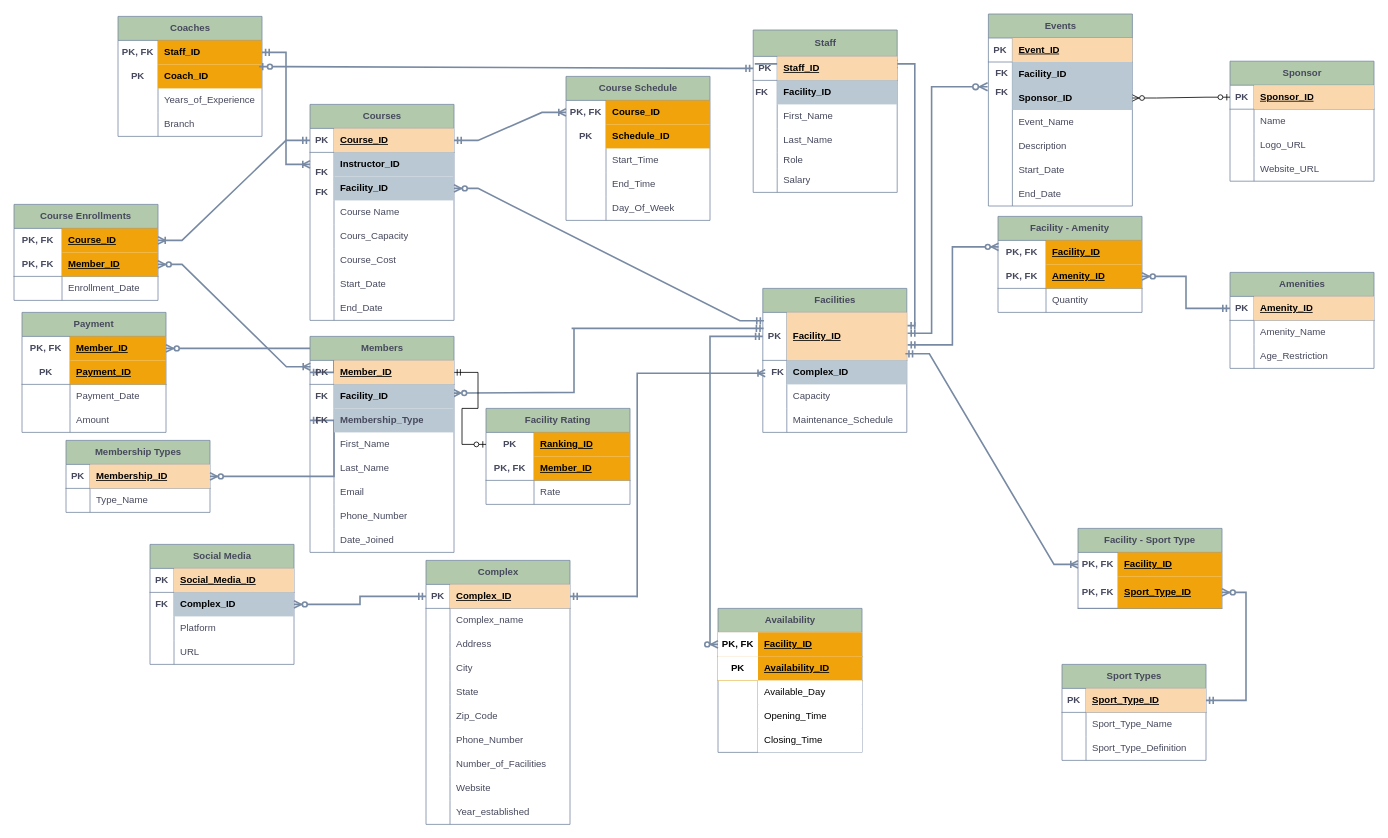
PloKoon68/Sport-Complexes-Management-System-Database keeps this draw.io diagram as cardinality/cardinality.drawio. Above is the earlier version. Source tidied: cells renumbered, new cells numbered last; positions are measured from the earlier drawing's top-left corner, leaving out a move shared by most shapes. Both pictures are drawn from the tidied source at 80%, with x=0, y=0 at pixel (14, 14).
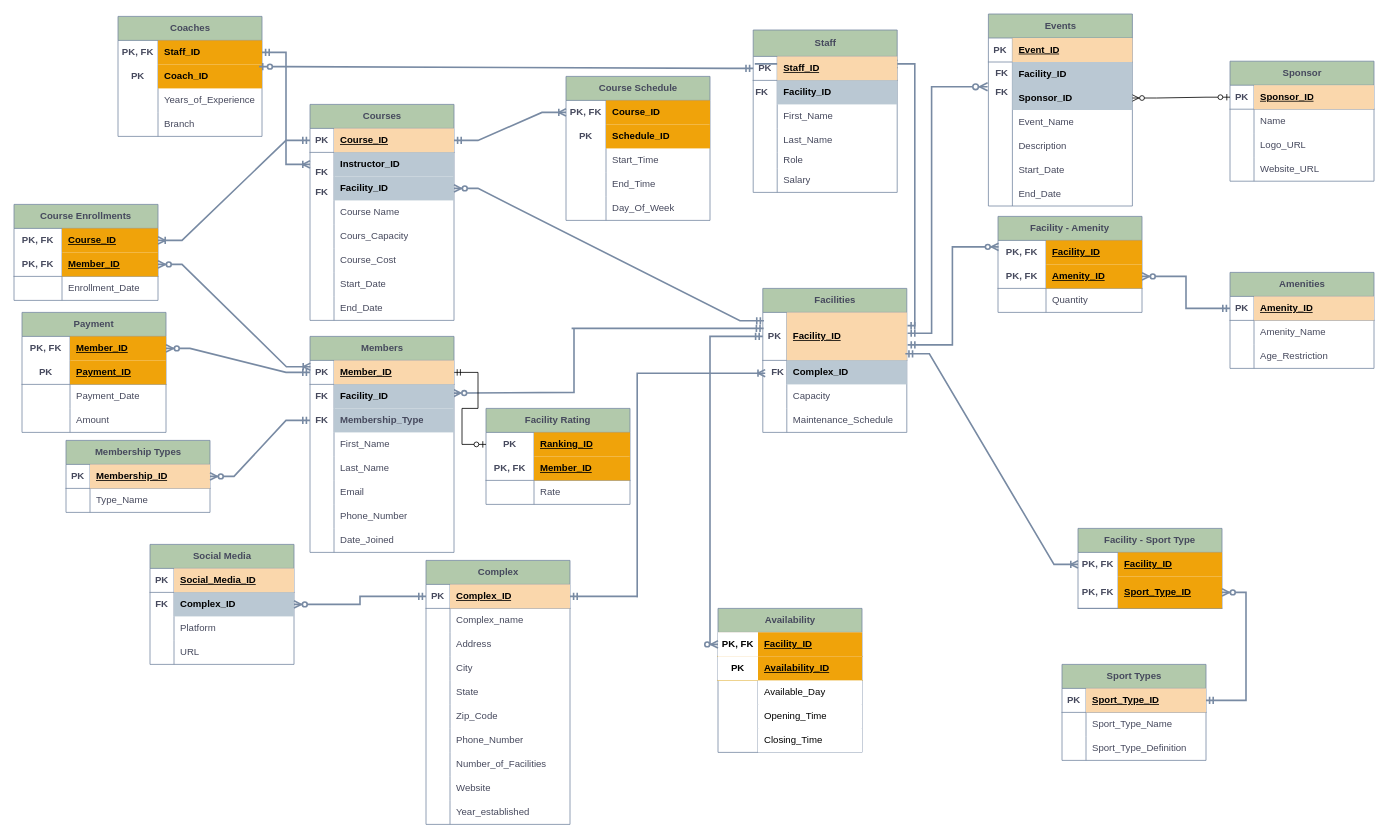
After the change.

The change refers to these unchanged cells:
```xml
<mxCell id="233" style="shape=tableRow;horizontal=0;startSize=0;swimlaneHead=0;swimlaneBody=0;fillColor=none;points=[[0,0.5],[1,0.5]];portConstraint=eastwest;top=0;left=0;right=0;bottom=1;labelBackgroundColor=none;strokeColor=#788AA3;fontColor=#46495D;" parent="232" vertex="1">
  <mxGeometry y="30" width="180" height="30" as="geometry" />
</mxCell>
<mxCell id="268" style="shape=tableRow;horizontal=0;startSize=0;swimlaneHead=0;swimlaneBody=0;fillColor=none;points=[[0,0.5],[1,0.5]];portConstraint=eastwest;top=0;left=0;right=0;bottom=0;html=1;strokeColor=#788AA3;fontColor=#46495D;labelBackgroundColor=none;" parent="267" vertex="1">
  <mxGeometry y="30" width="180" height="30" as="geometry" />
</mxCell>
<mxCell id="293" style="shape=tableRow;horizontal=0;startSize=0;swimlaneHead=0;swimlaneBody=0;fillColor=none;points=[[0,0.5],[1,0.5]];portConstraint=eastwest;top=0;left=0;right=0;bottom=1;strokeColor=#788AA3;fontColor=#46495D;labelBackgroundColor=none;" parent="292" vertex="1">
  <mxGeometry y="30" width="180" height="30" as="geometry" />
</mxCell>
<mxCell id="299" style="shape=tableRow;horizontal=0;startSize=0;swimlaneHead=0;swimlaneBody=0;fillColor=none;points=[[0,0.5],[1,0.5]];portConstraint=eastwest;top=0;left=0;right=0;bottom=0;strokeColor=#788AA3;fontColor=#46495D;labelBackgroundColor=none;" parent="292" vertex="1">
  <mxGeometry y="90" width="180" height="30" as="geometry" />
</mxCell>
```

Diff of the diagram source:
```diff
@@
-    <mxCell id="239" style="edgeStyle=entityRelationEdgeStyle;fontSize=12;html=1;endArrow=ERzeroToMany;startArrow=ERmandOne;rounded=0;strokeColor=#788AA3;fontColor=#46495D;fillColor=#B2C9AB;strokeWidth=2;" parent="1" edge="1" target="233">
-      <mxGeometry relative="1" as="geometry">
-        <mxPoint x="370" y="508" as="sourcePoint" />
-      </mxGeometry>
+    <mxCell id="239" style="edgeStyle=entityRelationEdgeStyle;fontSize=12;html=1;endArrow=ERzeroToMany;startArrow=ERmandOne;rounded=0;strokeColor=#788AA3;fontColor=#46495D;fillColor=#B2C9AB;strokeWidth=2;" parent="1" edge="1" source="299" target="233">
+      <mxGeometry relative="1" as="geometry" />
     </mxCell>
@@
-    <mxCell id="291" style="edgeStyle=entityRelationEdgeStyle;fontSize=12;html=1;endArrow=ERzeroToMany;startArrow=ERmandOne;rounded=0;strokeWidth=2;fillColor=#dae8fc;strokeColor=#788AA3;" parent="1" edge="1" target="268">
-      <mxGeometry relative="1" as="geometry">
-        <mxPoint x="370" y="448" as="sourcePoint" />
-      </mxGeometry>
+    <mxCell id="291" style="edgeStyle=entityRelationEdgeStyle;fontSize=12;html=1;endArrow=ERzeroToMany;startArrow=ERmandOne;rounded=0;strokeWidth=2;fillColor=#dae8fc;strokeColor=#788AA3;" parent="1" edge="1" source="293" target="268">
+      <mxGeometry relative="1" as="geometry" />
     </mxCell>
```
